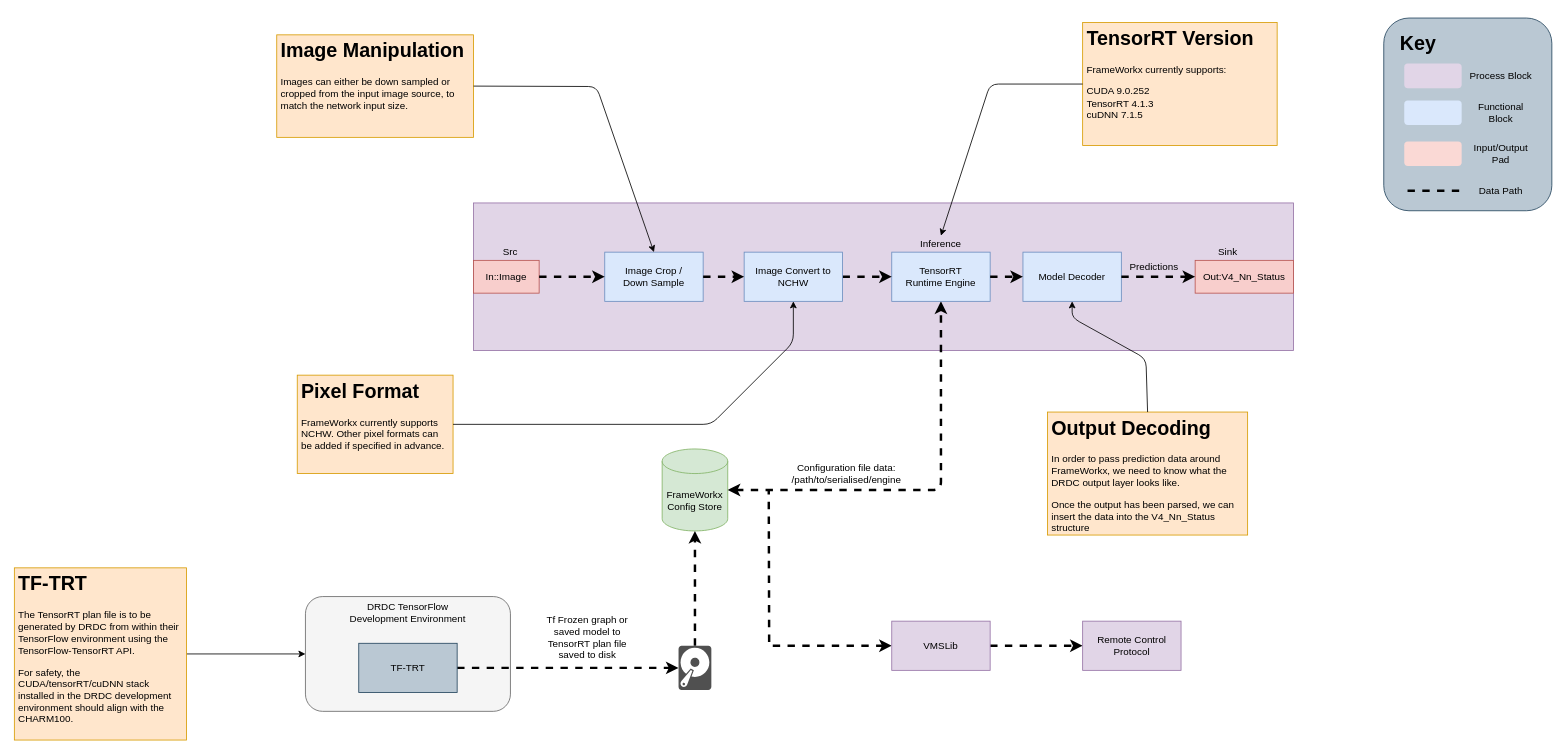
mj8ac/hello-world keeps this draw.io diagram as drdc_frameworkx_block_d.drawio. Above is the earlier version. Source tidied: cells renumbered, new cells numbered last; positions are measured from the earlier drawing's top-left corner, leaving out a move shared by most shapes. Both pictures are drawn from the tidied source at 82%, with x=0, y=0 at pixel (14, 17).
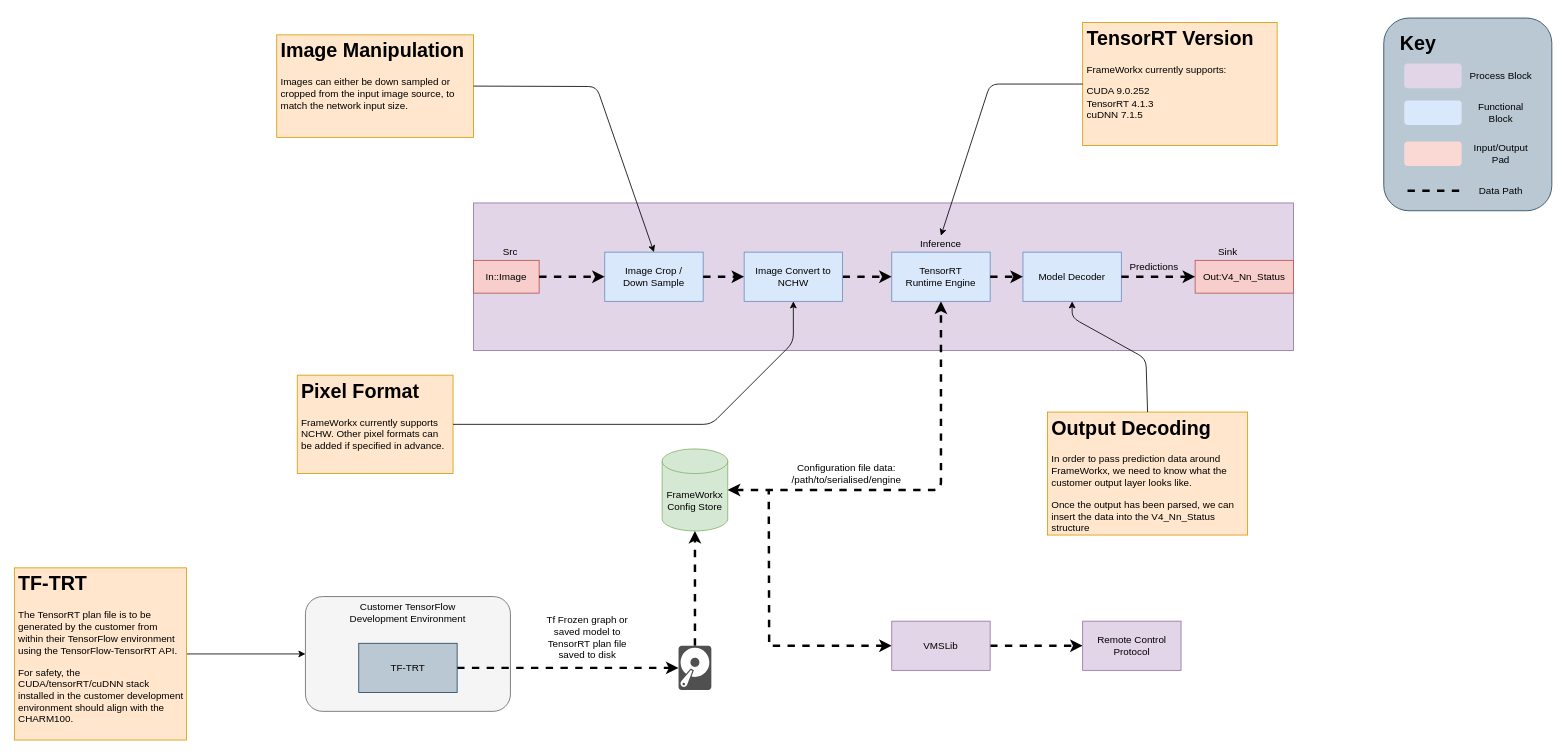
The same diagram, later.

Diff of the diagram source:
```diff
@@
-    <mxCell id="18" value="DRDC TensorFlow Development Environment" style="text;html=1;strokeColor=none;fillColor=none;align=center;verticalAlign=middle;whiteSpace=wrap;rounded=0;" parent="1" vertex="1">
+    <mxCell id="18" value="Customer TensorFlow Development Environment" style="text;html=1;strokeColor=none;fillColor=none;align=center;verticalAlign=middle;whiteSpace=wrap;rounded=0;" parent="1" vertex="1">
       <mxGeometry x="405" y="716" width="150" height="20" as="geometry" />
     </mxCell>
@@
-    <mxCell id="39" value="&lt;h1&gt;Output Decoding&lt;/h1&gt;&lt;p&gt;In order to pass prediction data around FrameWorkx, we need to know what the DRDC output layer looks like.&lt;/p&gt;&lt;p&gt;Once the output has been parsed, we can insert the data into the V4_Nn_Status structure&lt;/p&gt;" style="text;html=1;strokeColor=#d79b00;fillColor=#ffe6cc;spacing=5;spacingTop=-20;whiteSpace=wrap;overflow=hidden;rounded=0;" parent="1" vertex="1">
+    <mxCell id="39" value="&lt;h1&gt;Output Decoding&lt;/h1&gt;&lt;p&gt;In order to pass prediction data around FrameWorkx, we need to know what the customer output layer looks like.&lt;/p&gt;&lt;p&gt;Once the output has been parsed, we can insert the data into the V4_Nn_Status structure&lt;/p&gt;" style="text;html=1;strokeColor=#d79b00;fillColor=#ffe6cc;spacing=5;spacingTop=-20;whiteSpace=wrap;overflow=hidden;rounded=0;" parent="1" vertex="1">
       <mxGeometry x="1260" y="481" width="244" height="150" as="geometry" />
     </mxCell>
@@
-    <mxCell id="42" value="&lt;h1&gt;TF-TRT&lt;/h1&gt;&lt;p&gt;The TensorRT plan file is to be generated by DRDC from within their TensorFlow environment using the TensorFlow-TensorRT API.&lt;/p&gt;&lt;p&gt;For safety, the CUDA/tensorRT/cuDNN stack installed in the DRDC development environment should align with the CHARM100.&lt;/p&gt;" style="text;html=1;strokeColor=#d79b00;fillColor=#ffe6cc;spacing=5;spacingTop=-20;whiteSpace=wrap;overflow=hidden;rounded=0;" parent="1" vertex="1">
+    <mxCell id="42" value="&lt;h1&gt;TF-TRT&lt;/h1&gt;&lt;p&gt;The TensorRT plan file is to be generated by the customer from within their TensorFlow environment using the TensorFlow-TensorRT API.&lt;/p&gt;&lt;p&gt;For safety, the CUDA/tensorRT/cuDNN stack installed in the customer development environment should align with the CHARM100.&lt;/p&gt;" style="text;html=1;strokeColor=#d79b00;fillColor=#ffe6cc;spacing=5;spacingTop=-20;whiteSpace=wrap;overflow=hidden;rounded=0;" parent="1" vertex="1">
       <mxGeometry y="671" width="210" height="210" as="geometry" />
     </mxCell>
```
